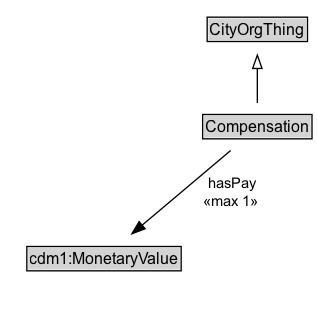
The Graphviz diagram docs/diagrams/Compensation.dot.png in ISO-TC204/ontology-cdm-p2-v1, before a commit. Its source is kept beside it as docs/diagrams/Compensation.dot. Source of this version:
```dot
digraph {
	graph [overlap=false rankdir=TB splines=true]
	node [fontname=Arial fontsize=12 margin=0 shape=none]
	edge [fontname=Arial fontsize=11]
	{
		rank=max
		Compensation [label=<<TABLE BORDER="1" CELLBORDER="0" CELLSPACING="0" CELLPADDING="1"><TR><TD BGCOLOR="lightgray" ALIGN="CENTER" PORT="e">Compensation</TD></TR></TABLE>> URL="../Compensation.md" margin=0]
	}
	subgraph cluster_associated {
		label="" style=invis
		Invis [label=<<TABLE BORDER="0" CELLBORDER="0" CELLSPACING="0" CELLPADDING="1"><TR><TD></TD></TR></TABLE>> margin=0 style=invis]
		cdm1_MonetaryValue [label=<<TABLE BORDER="1" CELLBORDER="0" CELLSPACING="0" CELLPADDING="1"><TR><TD BGCOLOR="lightgray" ALIGN="CENTER">cdm1:MonetaryValue</TD></TR></TABLE>> margin=0]
	}
	CityOrgThing [label=<<TABLE BORDER="1" CELLBORDER="0" CELLSPACING="0" CELLPADDING="1"><TR><TD BGCOLOR="lightgray" ALIGN="CENTER">CityOrgThing</TD></TR></TABLE>> URL="../CityOrgThing.md" margin=0]
	Compensation -> CityOrgThing [arrowhead=onormal style=solid]
	Compensation -> Invis [style=invis]
	Invis -> cdm1_MonetaryValue [style=invis]
	Compensation -> cdm1_MonetaryValue [label=" hasPay
 «max 1»  " arrowhead=normal style=solid]
}
```
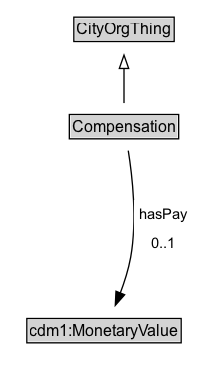
After the commit.

The edit, as a diff of the source:
```diff
@@ -3,18 +3,21 @@
 	node [fontname=Arial fontsize=12 margin=0 shape=none]
 	edge [fontname=Arial fontsize=11]
 	{
+		rank=source
+		CityOrgThing [label=<<TABLE BORDER="1" CELLBORDER="0" CELLSPACING="0" CELLPADDING="1"><TR><TD BGCOLOR="lightgray" ALIGN="CENTER">CityOrgThing</TD></TR></TABLE>> URL="../CityOrgThing" margin=0]
+	}
+	Compensation [label=<<TABLE BORDER="1" CELLBORDER="0" CELLSPACING="0" CELLPADDING="1"><TR><TD BGCOLOR="lightgray" ALIGN="CENTER">Compensation</TD></TR></TABLE>> URL="../Compensation" margin=0]
+	{
 		rank=max
-		Compensation [label=<<TABLE BORDER="1" CELLBORDER="0" CELLSPACING="0" CELLPADDING="1"><TR><TD BGCOLOR="lightgray" ALIGN="CENTER" PORT="e">Compensation</TD></TR></TABLE>> URL="../Compensation.md" margin=0]
 	}
 	subgraph cluster_associated {
 		label="" style=invis
 		Invis [label=<<TABLE BORDER="0" CELLBORDER="0" CELLSPACING="0" CELLPADDING="1"><TR><TD></TD></TR></TABLE>> margin=0 style=invis]
-		cdm1_MonetaryValue [label=<<TABLE BORDER="1" CELLBORDER="0" CELLSPACING="0" CELLPADDING="1"><TR><TD BGCOLOR="lightgray" ALIGN="CENTER">cdm1:MonetaryValue</TD></TR></TABLE>> margin=0]
+		cdm1_MonetaryValue [label=<<TABLE BORDER="1" CELLBORDER="0" CELLSPACING="0" CELLPADDING="1"><TR><TD BGCOLOR="lightgray" ALIGN="CENTER">cdm1:MonetaryValue</TD></TR></TABLE>> URL="https://w3id.org/citydata/part1/v1/MonetaryValue" margin=0]
 	}
-	CityOrgThing [label=<<TABLE BORDER="1" CELLBORDER="0" CELLSPACING="0" CELLPADDING="1"><TR><TD BGCOLOR="lightgray" ALIGN="CENTER">CityOrgThing</TD></TR></TABLE>> URL="../CityOrgThing.md" margin=0]
 	Compensation -> CityOrgThing [arrowhead=onormal style=solid]
 	Compensation -> Invis [style=invis]
 	Invis -> cdm1_MonetaryValue [style=invis]
-	Compensation -> cdm1_MonetaryValue [label=" hasPay
- «max 1»  " arrowhead=normal style=solid]
+	cdm1_MonetaryValue [label=<<TABLE BORDER="1" CELLBORDER="0" CELLSPACING="0" CELLPADDING="1"><TR><TD BGCOLOR="lightgray" ALIGN="CENTER">cdm1:MonetaryValue</TD></TR></TABLE>> URL="https://w3id.org/citydata/part1/v1/MonetaryValue" margin=0]
+	Compensation -> cdm1_MonetaryValue [label=<<TABLE BORDER="0" CELLBORDER="0" CELLSPACING="0" CELLPADDING="4" BGCOLOR="white"><TR><TD ALIGN="CENTER">hasPay</TD></TR><TR><TD ALIGN="CENTER">0..1</TD></TR></TABLE>> arrowhead=normal style=solid]
 }
```
